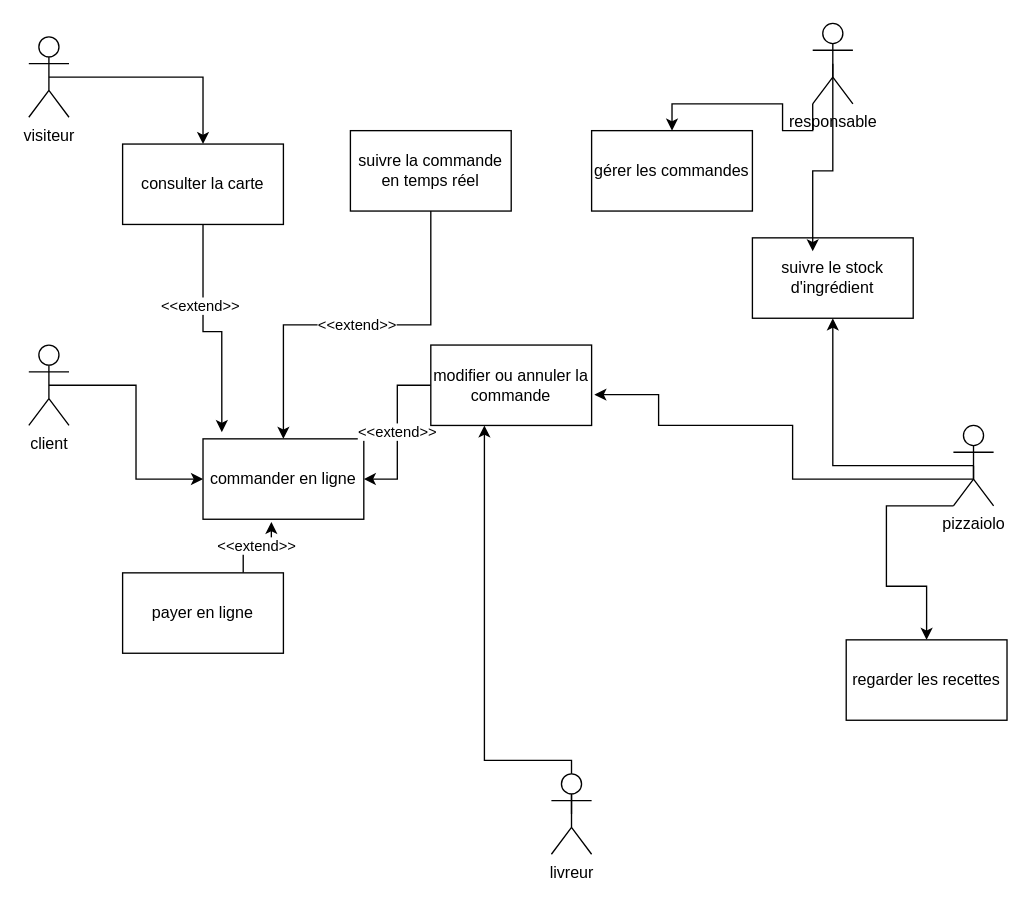
This is Untitled Diagram.drawio from robindauteuil/Diagramme_UML, a draw.io file, before an edit. Source tidied: cells renumbered, new cells numbered last; positions are measured from the earlier drawing's top-left corner, leaving out a move shared by most shapes. Both pictures are drawn from the tidied source at 134%, with x=0, y=0 at pixel (28, 23).
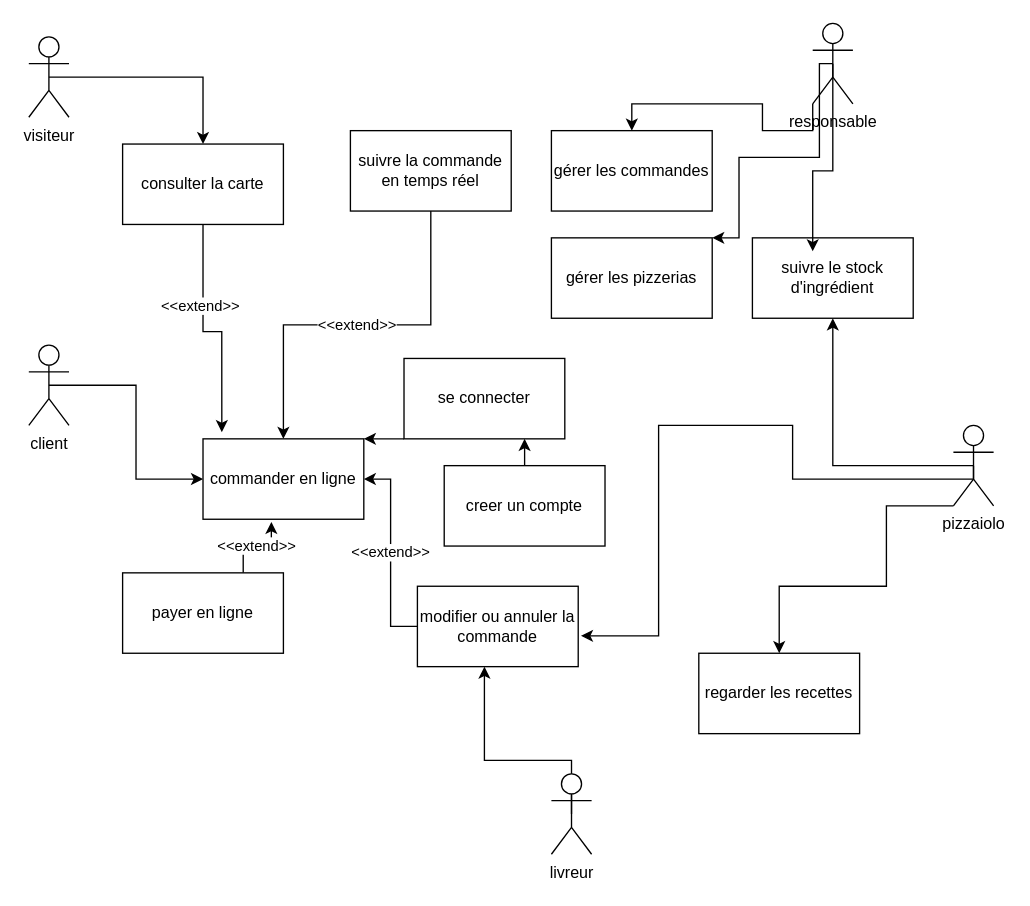
Above is the later version.

Unchanged cells that the change refers to:
```xml
<mxCell id="7" value="pizzaiolo" style="shape=umlActor;verticalLabelPosition=bottom;verticalAlign=top;html=1;outlineConnect=0;" parent="1" vertex="1">
  <mxGeometry x="690" y="300" width="30" height="60" as="geometry" />
</mxCell>
<mxCell id="10" value="commander en ligne" style="rounded=0;whiteSpace=wrap;html=1;" parent="1" vertex="1">
  <mxGeometry x="130" y="310" width="120" height="60" as="geometry" />
</mxCell>
<mxCell id="26" value="responsable" style="shape=umlActor;verticalLabelPosition=bottom;verticalAlign=top;html=1;outlineConnect=0;" parent="1" vertex="1">
  <mxGeometry x="585" width="30" height="60" as="geometry" />
</mxCell>
```

Diff of the diagram source:
```diff
@@
     <mxCell id="5" style="edgeStyle=orthogonalEdgeStyle;rounded=0;jettySize=auto;html=1;entryX=0.5;entryY=0;entryDx=0;entryDy=0;" parent="1" edge="1" source="7" target="18">
       <mxGeometry relative="1" as="geometry">
         <Array as="points">
           <mxPoint x="640" y="360" />
           <mxPoint x="640" y="420" />
-          <mxPoint x="670" y="420" />
+          <mxPoint x="560" y="420" />
         </Array>
       </mxGeometry>
     </mxCell>
     <mxCell id="6" style="edgeStyle=orthogonalEdgeStyle;rounded=0;jettySize=auto;html=1;exitX=0.5;exitY=0.5;exitDx=0;exitDy=0;exitPerimeter=0;entryX=1.017;entryY=0.617;entryDx=0;entryDy=0;entryPerimeter=0;" parent="1" edge="1" source="7" target="14">
       <mxGeometry relative="1" as="geometry">
         <Array as="points">
           <mxPoint x="705" y="340" />
           <mxPoint x="570" y="340" />
           <mxPoint x="570" y="300" />
           <mxPoint x="470" y="300" />
-          <mxPoint x="470" y="277" />
+          <mxPoint x="470" y="457" />
         </Array>
       </mxGeometry>
     </mxCell>
@@
     <mxCell id="14" value="modifier ou annuler la commande" style="rounded=0;whiteSpace=wrap;html=1;" parent="1" vertex="1">
-      <mxGeometry x="300" y="240" width="120" height="60" as="geometry" />
+      <mxGeometry x="290" y="420" width="120" height="60" as="geometry" />
     </mxCell>
@@
     <mxCell id="18" value="regarder les recettes" style="rounded=0;whiteSpace=wrap;html=1;" parent="1" vertex="1">
-      <mxGeometry x="610" y="460" width="120" height="60" as="geometry" />
+      <mxGeometry x="500" y="470" width="120" height="60" as="geometry" />
     </mxCell>
@@
+    <mxCell id="28" style="edgeStyle=orthogonalEdgeStyle;rounded=0;jettySize=auto;html=1;exitX=0.5;exitY=0.5;exitDx=0;exitDy=0;exitPerimeter=0;entryX=1;entryY=0;entryDx=0;entryDy=0;" parent="1" edge="1" source="26" target="29">
+      <mxGeometry relative="1" as="geometry">
+        <Array as="points">
+          <mxPoint x="590" y="30" />
+          <mxPoint x="590" y="100" />
+          <mxPoint x="530" y="100" />
+          <mxPoint x="530" y="160" />
+        </Array>
+      </mxGeometry>
+    </mxCell>
@@
     <mxCell id="27" value="gérer les commandes" style="rounded=0;whiteSpace=wrap;html=1;" parent="1" vertex="1">
-      <mxGeometry x="420" y="80" width="120" height="60" as="geometry" />
+      <mxGeometry x="390" y="80" width="120" height="60" as="geometry" />
     </mxCell>
+    <mxCell id="29" value="gérer les pizzerias" style="rounded=0;whiteSpace=wrap;html=1;" parent="1" vertex="1">
+      <mxGeometry x="390" y="160" width="120" height="60" as="geometry" />
+    </mxCell>
+    <mxCell id="30" style="edgeStyle=orthogonalEdgeStyle;rounded=0;jettySize=auto;html=1;exitX=0.5;exitY=1;exitDx=0;exitDy=0;entryX=0.75;entryY=1;entryDx=0;entryDy=0;" parent="1" edge="1" source="31" target="33">
+      <mxGeometry relative="1" as="geometry" />
+    </mxCell>
+    <mxCell id="31" value="creer un compte" style="rounded=0;whiteSpace=wrap;html=1;direction=west;" parent="1" vertex="1">
+      <mxGeometry x="310" y="330" width="120" height="60" as="geometry" />
+    </mxCell>
+    <mxCell id="32" style="edgeStyle=orthogonalEdgeStyle;rounded=0;jettySize=auto;html=1;exitX=0;exitY=1;exitDx=0;exitDy=0;entryX=1;entryY=0;entryDx=0;entryDy=0;" parent="1" edge="1" source="33" target="10">
+      <mxGeometry relative="1" as="geometry" />
+    </mxCell>
+    <mxCell id="33" value="se connecter" style="rounded=0;whiteSpace=wrap;html=1;" parent="1" vertex="1">
+      <mxGeometry x="280" y="250" width="120" height="60" as="geometry" />
+    </mxCell>
```
